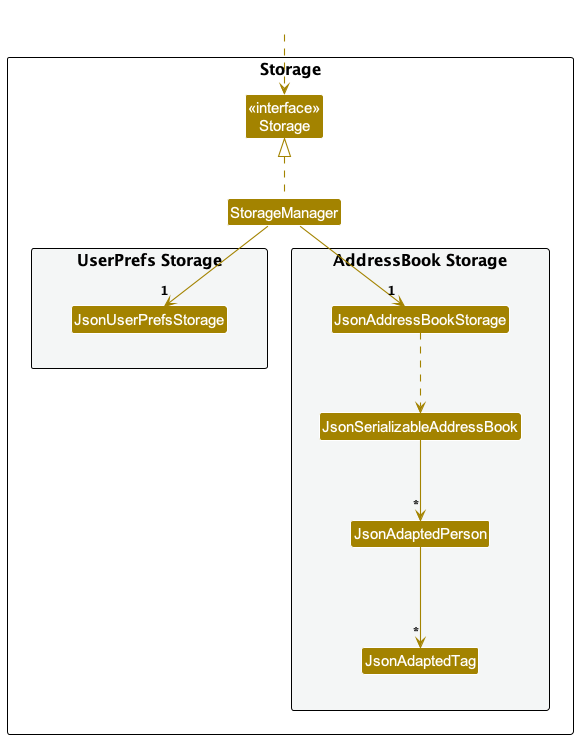
Above: images/StorageClassDiagram.png in AY2627S1-CS2103T-W14-3/tp (PlantUML), before the change.
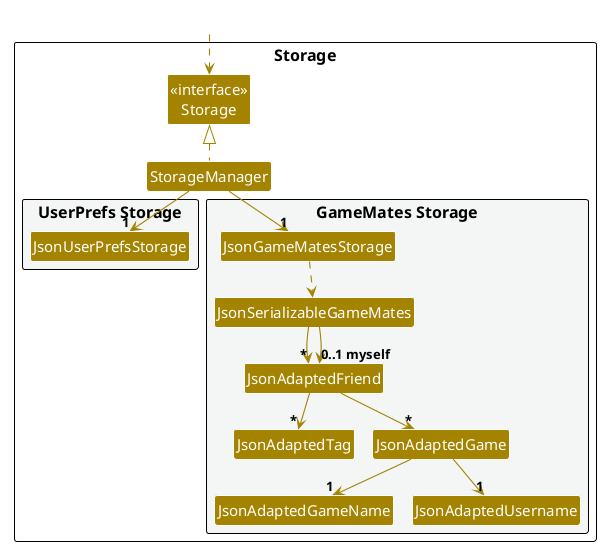
Above is the later version.

The edit, as a diff of the source:
```diff
@@ -1,4 +1,5 @@
 @startuml
+!pragma layout smetana
 !include style.puml
 skinparam arrowThickness 1.1
 skinparam arrowColor STORAGE_COLOR
@@ -13,11 +14,14 @@
 Class JsonUserPrefsStorage
 }
 
-package "AddressBook Storage" #F4F6F6{
-Class JsonAddressBookStorage
-Class JsonSerializableAddressBook
-Class JsonAdaptedPerson
+package "GameMates Storage" #F4F6F6{
+Class JsonGameMatesStorage
+Class JsonSerializableGameMates
+Class JsonAdaptedFriend
 Class JsonAdaptedTag
+Class JsonAdaptedGame
+Class JsonAdaptedGameName
+Class JsonAdaptedUsername
 }
 
 }
@@ -27,10 +31,14 @@
 
 StorageManager .up.|> Storage
 StorageManager -down-> "1" JsonUserPrefsStorage
-StorageManager -down-> "1" JsonAddressBookStorage
+StorageManager -down-> "1" JsonGameMatesStorage
 
-JsonAddressBookStorage ..> JsonSerializableAddressBook
-JsonSerializableAddressBook --> "*" JsonAdaptedPerson
-JsonAdaptedPerson --> "*" JsonAdaptedTag
+JsonGameMatesStorage ..> JsonSerializableGameMates
+JsonSerializableGameMates --> "*" JsonAdaptedFriend
+JsonSerializableGameMates --> "0..1 myself" JsonAdaptedFriend
+JsonAdaptedFriend --> "*" JsonAdaptedTag
+JsonAdaptedFriend --> "*" JsonAdaptedGame
+JsonAdaptedGame --> "1" JsonAdaptedGameName
+JsonAdaptedGame --> "1" JsonAdaptedUsername
 
 @enduml
```
